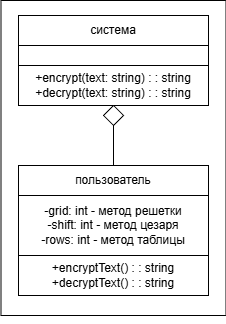
GromZaxar/Encryption keeps this draw.io diagram as Документация/Диаграмма_классов.png. Above is the earlier version. Source tidied: cells renumbered, new cells last; positions are measured from the earlier drawing's top-left corner, leaving out a move shared by most shapes. The source it was exported from:
```xml
<mxGraphModel>
  <root>
    <mxCell id="0" />
    <mxCell id="1" parent="0" />
    <mxCell id="2" style="rounded=0;whiteSpace=wrap;html=1;" parent="1" vertex="1">
      <mxGeometry x="0.5" width="225" height="315" as="geometry" />
    </mxCell>
    <mxCell id="3" value="система" style="rounded=0;whiteSpace=wrap;html=1;" parent="1" vertex="1">
      <mxGeometry x="18" y="15" width="190" height="30" as="geometry" />
    </mxCell>
    <mxCell id="4" style="rounded=0;whiteSpace=wrap;html=1;" parent="1" vertex="1">
      <mxGeometry x="18" y="45" width="190" height="20" as="geometry" />
    </mxCell>
    <mxCell id="5" value="+encrypt(text: string) : : string&lt;div&gt;+decrypt(text: string) : : string&lt;/div&gt;" style="rounded=0;whiteSpace=wrap;html=1;" parent="1" vertex="1">
      <mxGeometry x="18" y="65" width="190" height="40" as="geometry" />
    </mxCell>
    <mxCell id="6" value="пользователь" style="rounded=0;whiteSpace=wrap;html=1;" parent="1" vertex="1">
      <mxGeometry x="18" y="165" width="190" height="30" as="geometry" />
    </mxCell>
    <mxCell id="7" value="-grid: int - метод решетки&lt;div&gt;-shift: int - метод цезаря&lt;br&gt;-rows: int - метод таблицы&lt;br&gt;&lt;/div&gt;" style="rounded=0;whiteSpace=wrap;html=1;" parent="1" vertex="1">
      <mxGeometry x="18" y="195" width="190" height="60" as="geometry" />
    </mxCell>
    <mxCell id="8" value="+encryptText() : : string&lt;div&gt;+decryptText() : : string&lt;/div&gt;" style="rounded=0;whiteSpace=wrap;html=1;" parent="1" vertex="1">
      <mxGeometry x="18" y="255" width="190" height="40" as="geometry" />
    </mxCell>
    <mxCell id="9" style="endArrow=none;html=1;rounded=0;exitX=0.5;exitY=0;exitDx=0;exitDy=0;entryX=0.5;entryY=1;entryDx=0;entryDy=0;" parent="1" edge="1" source="6" target="5">
      <mxGeometry relative="1" as="geometry" />
    </mxCell>
    <mxCell id="10" style="rhombus;whiteSpace=wrap;html=1;" parent="1" vertex="1">
      <mxGeometry x="103" y="105" width="20" height="20" as="geometry" />
    </mxCell>
    <mxCell id="11" style="edgeStyle=orthogonalEdgeStyle;rounded=0;orthogonalLoop=1;jettySize=auto;html=1;exitX=0.5;exitY=1;exitDx=0;exitDy=0;" parent="1" edge="1" source="2" target="2">
      <mxGeometry relative="1" as="geometry" />
    </mxCell>
  </root>
</mxGraphModel>
```
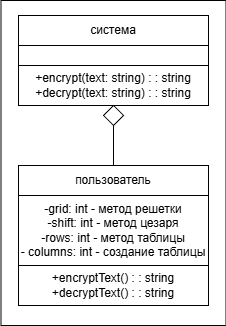
After the change.

What changed in the source:
```diff
@@ -3,7 +3,7 @@
     <mxCell id="0" />
     <mxCell id="1" parent="0" />
     <mxCell id="2" style="rounded=0;whiteSpace=wrap;html=1;" parent="1" vertex="1">
-      <mxGeometry x="0.5" width="225" height="315" as="geometry" />
+      <mxGeometry x="0.5" width="225" height="325" as="geometry" />
     </mxCell>
     <mxCell id="3" value="система" style="rounded=0;whiteSpace=wrap;html=1;" parent="1" vertex="1">
       <mxGeometry x="18" y="15" width="190" height="30" as="geometry" />
@@ -17,11 +17,11 @@
     <mxCell id="6" value="пользователь" style="rounded=0;whiteSpace=wrap;html=1;" parent="1" vertex="1">
       <mxGeometry x="18" y="165" width="190" height="30" as="geometry" />
     </mxCell>
-    <mxCell id="7" value="-grid: int - метод решетки&lt;div&gt;-shift: int - метод цезаря&lt;br&gt;-rows: int - метод таблицы&lt;br&gt;&lt;/div&gt;" style="rounded=0;whiteSpace=wrap;html=1;" parent="1" vertex="1">
-      <mxGeometry x="18" y="195" width="190" height="60" as="geometry" />
+    <mxCell id="7" value="-grid: int - метод решетки&lt;div&gt;-shift: int - метод цезаря&lt;br&gt;-rows: int - метод таблицы&lt;br&gt;- columns: int - создание таблицы&lt;/div&gt;" style="rounded=0;whiteSpace=wrap;html=1;" parent="1" vertex="1">
+      <mxGeometry x="18" y="195" width="190" height="70" as="geometry" />
     </mxCell>
     <mxCell id="8" value="+encryptText() : : string&lt;div&gt;+decryptText() : : string&lt;/div&gt;" style="rounded=0;whiteSpace=wrap;html=1;" parent="1" vertex="1">
-      <mxGeometry x="18" y="255" width="190" height="40" as="geometry" />
+      <mxGeometry x="18" y="265" width="190" height="40" as="geometry" />
     </mxCell>
     <mxCell id="9" style="endArrow=none;html=1;rounded=0;exitX=0.5;exitY=0;exitDx=0;exitDy=0;entryX=0.5;entryY=1;entryDx=0;entryDy=0;" parent="1" edge="1" source="6" target="5">
       <mxGeometry relative="1" as="geometry" />
@@ -29,8 +29,5 @@
     <mxCell id="10" style="rhombus;whiteSpace=wrap;html=1;" parent="1" vertex="1">
       <mxGeometry x="103" y="105" width="20" height="20" as="geometry" />
     </mxCell>
-    <mxCell id="11" style="edgeStyle=orthogonalEdgeStyle;rounded=0;orthogonalLoop=1;jettySize=auto;html=1;exitX=0.5;exitY=1;exitDx=0;exitDy=0;" parent="1" edge="1" source="2" target="2">
-      <mxGeometry relative="1" as="geometry" />
-    </mxCell>
   </root>
 </mxGraphModel>
```
